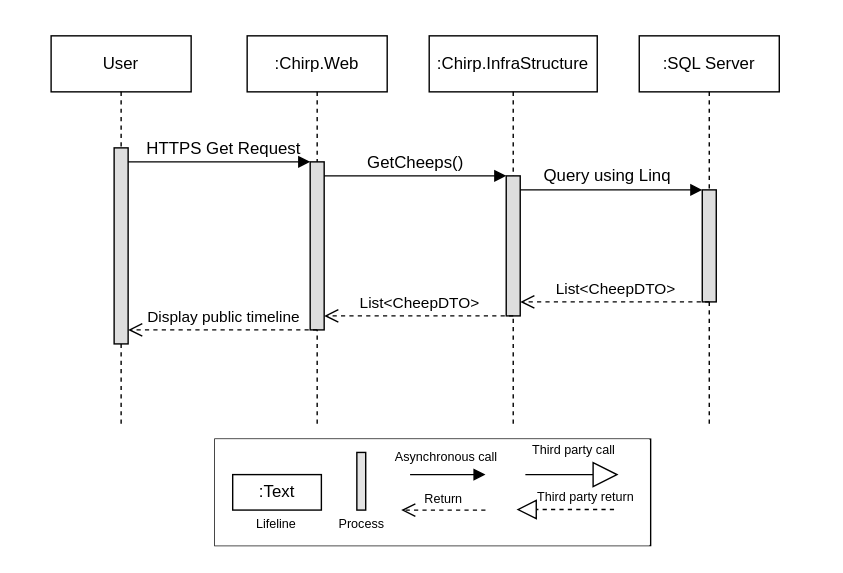
The draw.io diagram docs/Diagrams/SequenceDiagram.drawio.svg in ITU-BDSA2024-GROUP22/Chirp, before a commit. Source tidied: cells renumbered, new cells last; positions are measured from the earlier drawing's top-left corner, leaving out a move shared by most shapes.
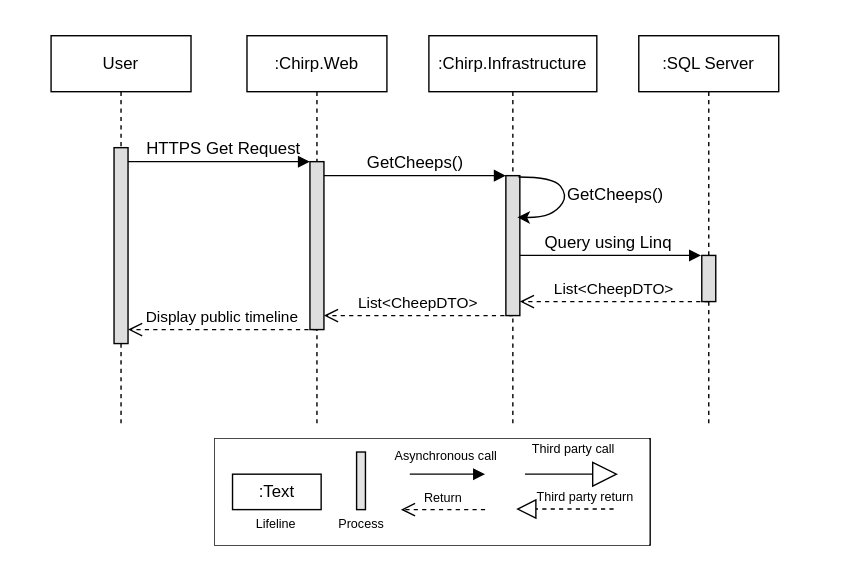
Above is the later version.

Commit message:
changed sequence diagrams

The edit, as a diff of the source:
```diff
@@ -6,15 +6,15 @@
       <mxGeometry x="36" y="25" width="564" height="383" as="geometry" />
     </mxCell>
     <mxCell id="3" style="rounded=0;whiteSpace=wrap;html=1;strokeColor=#ffffff;" parent="2" vertex="1">
-      <mxGeometry x="-36" y="-25" width="600" height="329" as="geometry" />
+      <mxGeometry x="-36" y="-24.5" width="600" height="329" as="geometry" />
     </mxCell>
     <mxCell id="4" style="html=1;verticalAlign=bottom;endArrow=block;edgeStyle=elbowEdgeStyle;elbow=vertical;curved=0;rounded=0;" parent="2" edge="1">
       <mxGeometry relative="1" as="geometry">
-        <mxPoint x="450" y="110" as="sourcePoint" />
-        <mxPoint x="465" y="110" as="targetPoint" />
+        <mxPoint x="449.5" y="157" as="sourcePoint" />
+        <mxPoint x="464.5" y="157" as="targetPoint" />
         <Array as="points">
-          <mxPoint x="330" y="110" />
-          <mxPoint x="540" y="100" />
+          <mxPoint x="329.5" y="157" />
+          <mxPoint x="539.5" y="147" />
         </Array>
       </mxGeometry>
     </mxCell>
@@ -34,7 +34,7 @@
     <mxCell id="7" style="html=1;points=[];perimeter=orthogonalPerimeter;outlineConnect=0;targetShapes=umlLifeline;portConstraint=eastwest;newEdgeStyle={&quot;edgeStyle&quot;:&quot;elbowEdgeStyle&quot;,&quot;elbow&quot;:&quot;vertical&quot;,&quot;curved&quot;:0,&quot;rounded&quot;:0};fillColor=#dedede;" parent="6" vertex="1">
       <mxGeometry x="45" y="90" width="10" height="120" as="geometry" />
     </mxCell>
-    <mxCell id="8" value=":Chirp.InfraStructure" style="shape=umlLifeline;perimeter=lifelinePerimeter;whiteSpace=wrap;html=1;newEdgeStyle={&quot;edgeStyle&quot;:&quot;elbowEdgeStyle&quot;,&quot;elbow&quot;:&quot;vertical&quot;,&quot;curved&quot;:0,&quot;rounded&quot;:0};" parent="2" vertex="1">
+    <mxCell id="8" value=":Chirp.Infras&lt;span style=&quot;background-color: initial;&quot;&gt;tructure&lt;/span&gt;" style="shape=umlLifeline;perimeter=lifelinePerimeter;whiteSpace=wrap;html=1;newEdgeStyle={&quot;edgeStyle&quot;:&quot;elbowEdgeStyle&quot;,&quot;elbow&quot;:&quot;vertical&quot;,&quot;curved&quot;:0,&quot;rounded&quot;:0};" parent="2" vertex="1">
       <mxGeometry x="270" width="120" height="280" as="geometry" />
     </mxCell>
     <mxCell id="9" style="html=1;points=[];perimeter=orthogonalPerimeter;outlineConnect=0;targetShapes=umlLifeline;portConstraint=eastwest;newEdgeStyle={&quot;edgeStyle&quot;:&quot;elbowEdgeStyle&quot;,&quot;elbow&quot;:&quot;vertical&quot;,&quot;curved&quot;:0,&quot;rounded&quot;:0};fillColor=#dedede;" parent="8" vertex="1">
@@ -62,7 +62,7 @@
       <mxGeometry x="420" width="100" height="280" as="geometry" />
     </mxCell>
     <mxCell id="13" style="html=1;perimeter=orthogonalPerimeter;targetShapes=umlLifeline;newEdgeStyle={&quot;edgeStyle&quot;:&quot;elbowEdgeStyle&quot;,&quot;elbow&quot;:&quot;vertical&quot;,&quot;curved&quot;:0,&quot;rounded&quot;:0};fillColor=#dedede;" parent="12" vertex="1">
-      <mxGeometry x="45" y="110" width="10" height="80" as="geometry" />
+      <mxGeometry x="45" y="157" width="10" height="33" as="geometry" />
     </mxCell>
     <mxCell id="14" value="User" style="shape=umlLifeline;perimeter=lifelinePerimeter;whiteSpace=wrap;html=1;newEdgeStyle={&quot;edgeStyle&quot;:&quot;elbowEdgeStyle&quot;,&quot;elbow&quot;:&quot;vertical&quot;,&quot;curved&quot;:0,&quot;rounded&quot;:0};" parent="2" vertex="1">
       <mxGeometry width="100" height="280" as="geometry" />
@@ -95,7 +95,7 @@
       <mxGeometry x="215" y="76" width="90" height="30" as="geometry" />
     </mxCell>
     <mxCell id="20" value="Query using Linq" style="text;html=1;align=center;verticalAlign=middle;strokeColor=none;fillColor=none;" parent="2" vertex="1">
-      <mxGeometry x="342" y="85" width="110" height="30" as="geometry" />
+      <mxGeometry x="343" y="133" width="110" height="30" as="geometry" />
     </mxCell>
     <mxCell id="21" style="group;strokeColor=default;strokeWidth=1;" parent="2" vertex="1">
       <mxGeometry x="117" y="288" width="311.1" height="76" as="geometry" />
@@ -154,5 +154,19 @@
     <mxCell id="33" value="&lt;font style=&quot;font-size: 9px;&quot;&gt;Third party return&lt;/font&gt;" style="text;html=1;align=center;verticalAlign=middle;whiteSpace=wrap;rounded=0;" parent="21" vertex="1">
       <mxGeometry x="221.7" y="31.7" width="86.3" height="19" as="geometry" />
     </mxCell>
+    <mxCell id="34" style="curved=1;endArrow=classic;html=1;rounded=0;entryX=0.822;entryY=0.298;entryDx=0;entryDy=0;entryPerimeter=0;" parent="2" edge="1" target="9">
+      <mxGeometry relative="1" as="geometry">
+        <mxPoint x="334" y="101" as="sourcePoint" />
+        <Array as="points">
+          <mxPoint x="359" y="101" />
+          <mxPoint x="369" y="114" />
+          <mxPoint x="362" y="125" />
+          <mxPoint x="350" y="130" />
+        </Array>
+      </mxGeometry>
+    </mxCell>
+    <mxCell id="35" value="GetCheeps()" style="text;html=1;align=center;verticalAlign=middle;strokeColor=none;fillColor=none;" parent="2" vertex="1">
+      <mxGeometry x="358" y="99" width="90" height="30" as="geometry" />
+    </mxCell>
   </root>
 </mxGraphModel>
```
